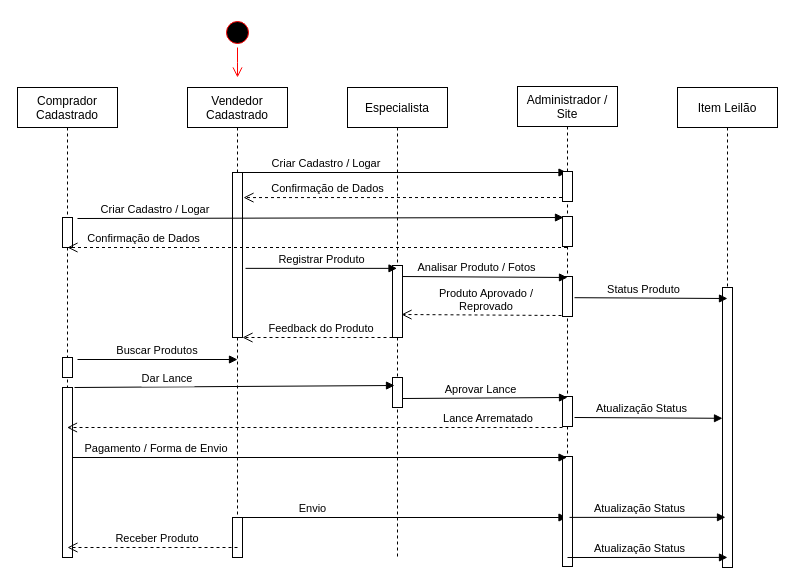
The draw.io diagram Diagrama sem nome.drawio in withlasers/projeto-leilao, before the edit. Source tidied: cells renumbered, new cells numbered last; positions are measured from the earlier drawing's top-left corner, leaving out a move shared by most shapes. Both pictures are drawn from the tidied source at 100%, with x=0, y=0 at pixel (17, 17).
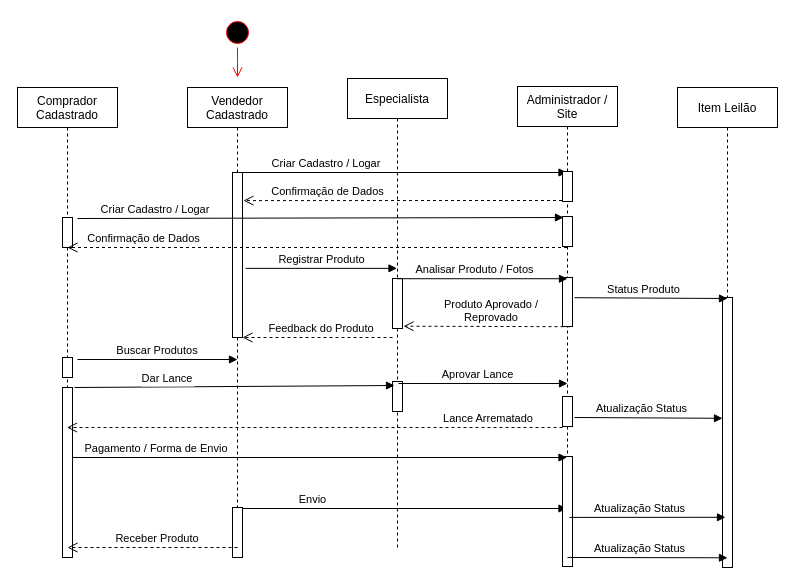
Above is the later version.

The change refers to these unchanged cells:
```xml
<mxCell id="7" style="points=[];perimeter=orthogonalPerimeter;rounded=0;shadow=0;strokeWidth=1;" parent="6" vertex="1">
  <mxGeometry x="45" y="85" width="10" height="165" as="geometry" />
</mxCell>
<mxCell id="14" value="Administrador / &#10;Site" style="shape=umlLifeline;perimeter=lifelinePerimeter;rounded=0;shadow=0;strokeWidth=1;" parent="1" vertex="1">
  <mxGeometry x="500" y="69" width="100" height="480" as="geometry" />
</mxCell>
<mxCell id="20" value="Item Leilão" style="shape=umlLifeline;perimeter=lifelinePerimeter;rounded=0;shadow=0;strokeWidth=1;" parent="1" vertex="1">
  <mxGeometry x="660" y="70" width="100" height="480" as="geometry" />
</mxCell>
```

Change to the diagram source:
```diff
@@
-    <mxCell id="9" value="Produto Aprovado / &#10;Reprovado" style="verticalAlign=bottom;endArrow=open;dashed=1;endSize=8;exitX=-0.1;exitY=0.975;shadow=0;strokeWidth=1;exitDx=0;exitDy=0;exitPerimeter=0;entryX=0.54;entryY=0.483;entryDx=0;entryDy=0;entryPerimeter=0;" parent="1" edge="1" source="17" target="10">
-      <mxGeometry x="-0.06" relative="1" as="geometry" />
+    <mxCell id="9" value="Produto Aprovado / &#10;Reprovado" style="verticalAlign=bottom;endArrow=open;dashed=1;endSize=8;exitX=0.52;exitY=0.488;shadow=0;strokeWidth=1;exitDx=0;exitDy=0;exitPerimeter=0;entryX=1.1;entryY=0.833;entryDx=0;entryDy=0;entryPerimeter=0;" parent="1" edge="1">
+      <mxGeometry x="-0.06" relative="1" as="geometry">
+        <mxPoint x="552" y="309.2" as="sourcePoint" />
+        <mxPoint x="386" y="308.7" as="targetPoint" />
+      </mxGeometry>
     </mxCell>
     <mxCell id="10" value="Especialista" style="shape=umlLifeline;perimeter=lifelinePerimeter;rounded=0;shadow=0;strokeWidth=1;" parent="1" vertex="1">
-      <mxGeometry x="330" y="70" width="100" height="470" as="geometry" />
+      <mxGeometry x="330" y="61" width="100" height="470" as="geometry" />
     </mxCell>
     <mxCell id="11" style="points=[];perimeter=orthogonalPerimeter;rounded=0;shadow=0;strokeWidth=1;" parent="10" vertex="1">
-      <mxGeometry x="45" y="178" width="10" height="72" as="geometry" />
+      <mxGeometry x="45" y="200" width="10" height="50" as="geometry" />
     </mxCell>
     <mxCell id="12" style="points=[];perimeter=orthogonalPerimeter;rounded=0;shadow=0;strokeWidth=1;" parent="10" vertex="1">
-      <mxGeometry x="45" y="290" width="10" height="30" as="geometry" />
+      <mxGeometry x="45" y="303" width="10" height="30" as="geometry" />
     </mxCell>
@@
     <mxCell id="17" style="points=[];perimeter=orthogonalPerimeter;rounded=0;shadow=0;strokeWidth=1;" parent="14" vertex="1">
-      <mxGeometry x="45" y="190" width="10" height="40" as="geometry" />
+      <mxGeometry x="45" y="191" width="10" height="49" as="geometry" />
     </mxCell>
@@
     <mxCell id="21" style="points=[];perimeter=orthogonalPerimeter;rounded=0;shadow=0;strokeWidth=1;" parent="20" vertex="1">
-      <mxGeometry x="45" y="200" width="10" height="280" as="geometry" />
+      <mxGeometry x="45" y="210" width="10" height="270" as="geometry" />
     </mxCell>
@@
-    <mxCell id="23" value="Confirmação de Dados" style="html=1;verticalAlign=bottom;endArrow=open;dashed=1;endSize=8;rounded=0;strokeWidth=1;jumpSize=5;entryX=1.1;entryY=0.152;entryDx=0;entryDy=0;entryPerimeter=0;" parent="1" edge="1" target="7">
+    <mxCell id="23" value="Confirmação de Dados" style="html=1;verticalAlign=bottom;endArrow=open;dashed=1;endSize=8;rounded=0;strokeWidth=1;jumpSize=5;entryX=1.1;entryY=0.152;entryDx=0;entryDy=0;entryPerimeter=0;" parent="1" edge="1">
       <mxGeometry x="0.47" relative="1" as="geometry">
-        <mxPoint x="544.5" y="180" as="sourcePoint" />
+        <mxPoint x="544.5" y="183" as="sourcePoint" />
+        <mxPoint x="226" y="183.1" as="targetPoint" />
         <mxPoint x="-1" as="offset" />
       </mxGeometry>
     </mxCell>
@@
-    <mxCell id="25" value="Analisar Produto / Fotos" style="html=1;verticalAlign=bottom;endArrow=block;rounded=0;strokeWidth=1;jumpSize=5;exitX=1;exitY=0.153;exitDx=0;exitDy=0;exitPerimeter=0;entryX=0.5;entryY=0.025;entryDx=0;entryDy=0;entryPerimeter=0;" parent="1" edge="1" source="11" target="17">
+    <mxCell id="25" value="Analisar Produto / Fotos" style="html=1;verticalAlign=bottom;endArrow=block;rounded=0;strokeWidth=1;jumpSize=5;entryX=0.5;entryY=0.025;entryDx=0;entryDy=0;entryPerimeter=0;" parent="1" edge="1" source="10" target="17">
       <mxGeometry x="-0.1" relative="1" as="geometry" />
     </mxCell>
@@
-    <mxCell id="31" value="Aprovar Lance" style="html=1;verticalAlign=bottom;endArrow=block;rounded=0;strokeWidth=1;jumpSize=5;exitX=1;exitY=0.7;exitDx=0;exitDy=0;exitPerimeter=0;" parent="1" edge="1" source="12">
+    <mxCell id="31" value="Aprovar Lance" style="html=1;verticalAlign=bottom;endArrow=block;rounded=0;strokeWidth=1;jumpSize=5;" parent="1" edge="1">
       <mxGeometry x="-0.06" relative="1" as="geometry">
-        <mxPoint x="550" y="380" as="targetPoint" />
+        <mxPoint x="381" y="366" as="sourcePoint" />
+        <mxPoint x="550" y="366" as="targetPoint" />
       </mxGeometry>
     </mxCell>
@@
     <mxCell id="37" style="points=[];perimeter=orthogonalPerimeter;rounded=0;shadow=0;strokeWidth=1;" parent="1" vertex="1">
-      <mxGeometry x="215" y="500" width="10" height="40" as="geometry" />
+      <mxGeometry x="215" y="490" width="10" height="50" as="geometry" />
     </mxCell>
@@
-    <mxCell id="39" value="Receber Produto" style="verticalAlign=bottom;endArrow=open;dashed=1;endSize=8;shadow=0;strokeWidth=1;exitX=0.5;exitY=0.75;exitDx=0;exitDy=0;exitPerimeter=0;" parent="1" edge="1" source="37">
+    <mxCell id="39" value="Receber Produto" style="verticalAlign=bottom;endArrow=open;dashed=1;endSize=8;shadow=0;strokeWidth=1;" parent="1" edge="1">
       <mxGeometry x="-0.06" relative="1" as="geometry">
+        <mxPoint x="220" y="530" as="sourcePoint" />
         <mxPoint x="50" y="530" as="targetPoint" />
       </mxGeometry>
     </mxCell>
```
